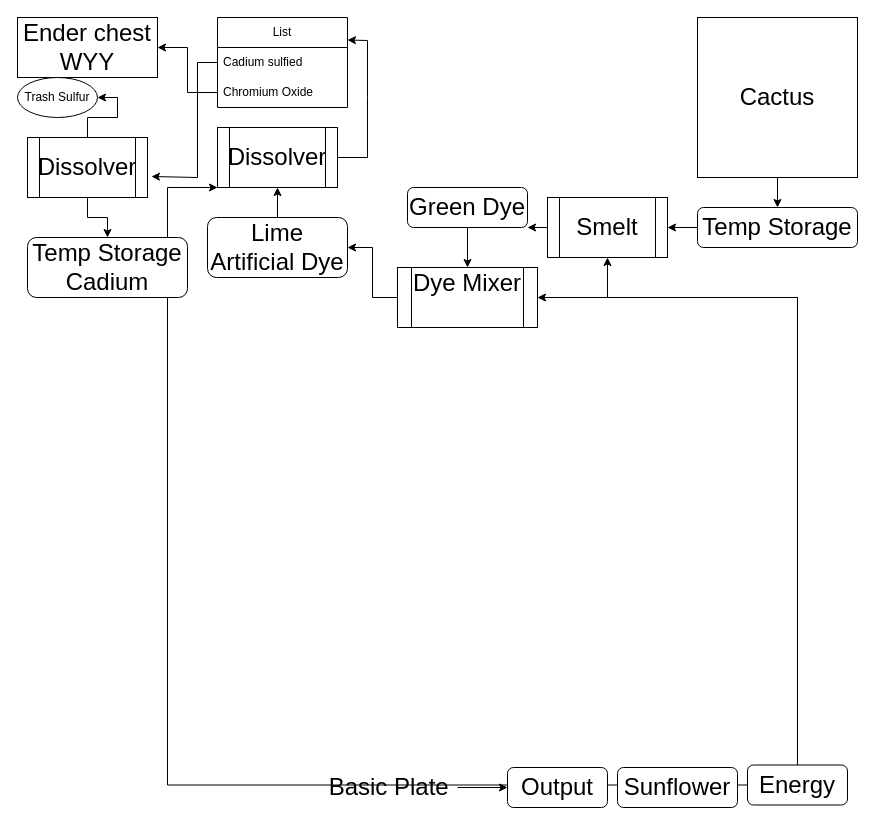
The draw.io diagram AutoBPlate.drawio in jak7b/modpackThings, before the edit. Source tidied: cells renumbered, new cells numbered last; positions are measured from the earlier drawing's top-left corner, leaving out a move shared by most shapes. Both pictures are drawn from the tidied source at 100%, with x=0, y=0 at pixel (17, 17).
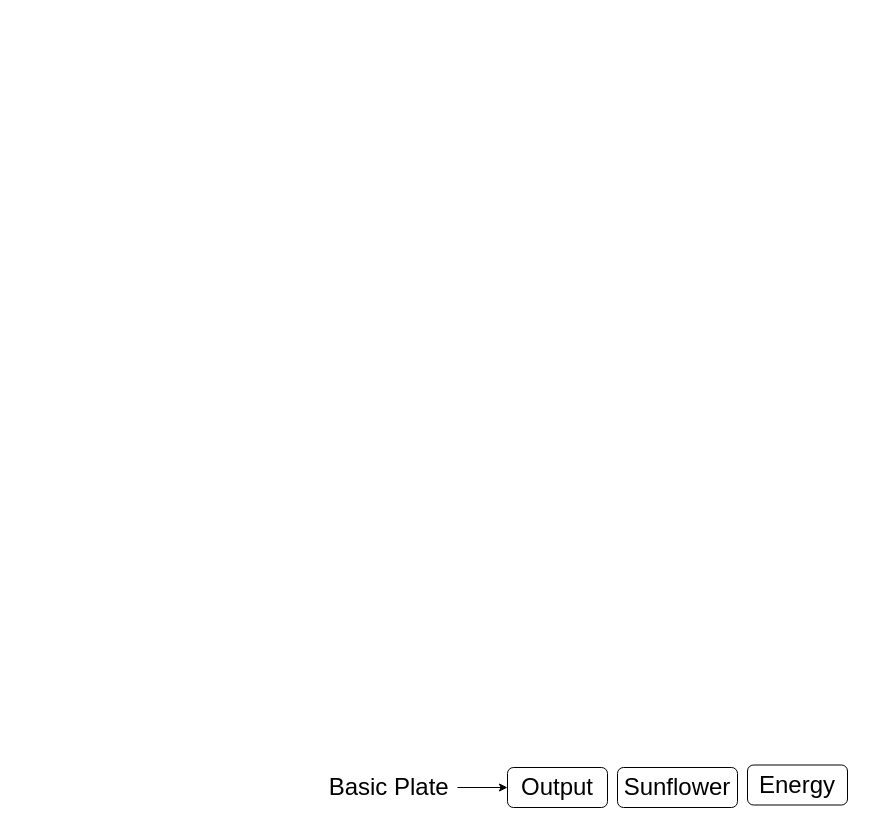
The same diagram, later.

The change refers to these unchanged cells:
```xml
<mxCell id="5" value="&lt;font style=&quot;font-size: 24px;&quot;&gt;Energy&lt;/font&gt;" style="rounded=1;whiteSpace=wrap;html=1;strokeWidth=1;" parent="1" vertex="1">
  <mxGeometry x="730" y="747.5" width="100" height="40" as="geometry" />
</mxCell>
```

Diff of the diagram source:
```diff
@@
-    <mxCell id="2" style="edgeStyle=orthogonalEdgeStyle;rounded=0;jettySize=auto;html=1;entryX=1;entryY=0.5;entryDx=0;entryDy=0;" parent="1" edge="1" source="5" target="15">
-      <mxGeometry relative="1" as="geometry">
-        <Array as="points">
-          <mxPoint x="780" y="280" />
-        </Array>
-      </mxGeometry>
-    </mxCell>
-    <mxCell id="3" style="edgeStyle=orthogonalEdgeStyle;rounded=0;jettySize=auto;html=1;entryX=0.5;entryY=1;entryDx=0;entryDy=0;" parent="1" edge="1" source="5" target="11">
-      <mxGeometry relative="1" as="geometry">
-        <Array as="points">
-          <mxPoint x="780" y="280" />
-          <mxPoint x="590" y="280" />
-        </Array>
-      </mxGeometry>
-    </mxCell>
-    <mxCell id="4" style="edgeStyle=orthogonalEdgeStyle;rounded=0;jettySize=auto;html=1;entryX=0;entryY=1;entryDx=0;entryDy=0;" parent="1" edge="1" source="5" target="27">
-      <mxGeometry relative="1" as="geometry">
-        <Array as="points">
-          <mxPoint x="150" y="768" />
-          <mxPoint x="150" y="170" />
-        </Array>
-      </mxGeometry>
-    </mxCell>
@@
-    <mxCell id="10" style="edgeStyle=orthogonalEdgeStyle;rounded=0;jettySize=auto;html=1;entryX=1;entryY=1;entryDx=0;entryDy=0;" parent="1" edge="1" source="11" target="13">
-      <mxGeometry relative="1" as="geometry" />
-    </mxCell>
-    <mxCell id="11" value="&lt;font style=&quot;font-size: 24px;&quot;&gt;Smelt&lt;/font&gt;" style="shape=process;whiteSpace=wrap;html=1;backgroundOutline=1;" parent="1" vertex="1">
-      <mxGeometry x="530" y="180" width="120" height="60" as="geometry" />
-    </mxCell>
-    <mxCell id="12" style="edgeStyle=orthogonalEdgeStyle;rounded=0;jettySize=auto;html=1;entryX=0.5;entryY=0;entryDx=0;entryDy=0;" parent="1" edge="1" source="13" target="15">
-      <mxGeometry relative="1" as="geometry" />
-    </mxCell>
-    <mxCell id="13" value="&lt;font style=&quot;font-size: 24px;&quot;&gt;Green Dye&lt;/font&gt;" style="rounded=1;whiteSpace=wrap;html=1;" parent="1" vertex="1">
-      <mxGeometry x="390" y="170" width="120" height="40" as="geometry" />
-    </mxCell>
-    <mxCell id="14" style="edgeStyle=orthogonalEdgeStyle;rounded=0;jettySize=auto;html=1;entryX=1;entryY=0.5;entryDx=0;entryDy=0;" parent="1" edge="1" source="15" target="17">
-      <mxGeometry relative="1" as="geometry" />
-    </mxCell>
-    <mxCell id="15" value="&lt;span style=&quot;font-size: 24px;&quot;&gt;Dye Mixer&lt;br&gt;&lt;br&gt;&lt;/span&gt;" style="shape=process;whiteSpace=wrap;html=1;backgroundOutline=1;" parent="1" vertex="1">
-      <mxGeometry x="380" y="250" width="140" height="60" as="geometry" />
-    </mxCell>
-    <mxCell id="16" style="edgeStyle=orthogonalEdgeStyle;rounded=0;jettySize=auto;html=1;entryX=0.5;entryY=1;entryDx=0;entryDy=0;" parent="1" edge="1" source="17" target="27">
-      <mxGeometry relative="1" as="geometry" />
-    </mxCell>
-    <mxCell id="17" value="&lt;font style=&quot;font-size: 24px;&quot;&gt;Lime Artificial Dye&lt;/font&gt;" style="rounded=1;whiteSpace=wrap;html=1;" parent="1" vertex="1">
-      <mxGeometry x="190" y="200" width="140" height="60" as="geometry" />
-    </mxCell>
-    <mxCell id="18" style="edgeStyle=orthogonalEdgeStyle;rounded=0;jettySize=auto;html=1;entryX=0.5;entryY=0;entryDx=0;entryDy=0;" parent="1" edge="1" source="19" target="21">
-      <mxGeometry relative="1" as="geometry" />
-    </mxCell>
-    <mxCell id="19" value="&lt;font style=&quot;font-size: 24px;&quot;&gt;Cactus&lt;/font&gt;" style="whiteSpace=wrap;html=1;" parent="1" vertex="1">
-      <mxGeometry x="680" width="160" height="160" as="geometry" />
-    </mxCell>
-    <mxCell id="20" style="edgeStyle=orthogonalEdgeStyle;rounded=0;jettySize=auto;html=1;entryX=1;entryY=0.5;entryDx=0;entryDy=0;" parent="1" edge="1" source="21" target="11">
-      <mxGeometry relative="1" as="geometry" />
-    </mxCell>
-    <mxCell id="21" value="&lt;font style=&quot;font-size: 24px;&quot;&gt;Temp Storage&lt;/font&gt;" style="rounded=1;whiteSpace=wrap;html=1;" parent="1" vertex="1">
-      <mxGeometry x="680" y="190" width="160" height="40" as="geometry" />
-    </mxCell>
-    <mxCell id="22" value="List" style="swimlane;fontStyle=0;horizontal=1;startSize=30;whiteSpace=wrap;html=1;" parent="1" vertex="1">
-      <mxGeometry x="200" width="130" height="90" as="geometry" />
-    </mxCell>
-    <mxCell id="23" value="Cadium sulfied" style="text;strokeColor=none;fillColor=none;align=left;verticalAlign=middle;spacingLeft=4;spacingRight=4;overflow=hidden;points=[[0,0.5],[1,0.5]];portConstraint=eastwest;whiteSpace=wrap;html=1;" parent="22" vertex="1">
-      <mxGeometry y="30" width="130" height="30" as="geometry" />
-    </mxCell>
-    <mxCell id="24" value="Chromium Oxide" style="text;strokeColor=none;fillColor=none;align=left;verticalAlign=middle;spacingLeft=4;spacingRight=4;overflow=hidden;points=[[0,0.5],[1,0.5]];portConstraint=eastwest;whiteSpace=wrap;html=1;" parent="22" vertex="1">
-      <mxGeometry y="60" width="130" height="30" as="geometry" />
-    </mxCell>
-    <mxCell id="25" value="&lt;font style=&quot;font-size: 24px;&quot;&gt;&lt;font style=&quot;font-size: 24px;&quot;&gt;Ender chest&lt;br style=&quot;border-color: var(--border-color);&quot;&gt;&lt;/font&gt;WYY&lt;/font&gt;" style="rounded=0;whiteSpace=wrap;html=1;" parent="1" vertex="1">
-      <mxGeometry width="140" height="60" as="geometry" />
-    </mxCell>
-    <mxCell id="26" style="edgeStyle=orthogonalEdgeStyle;rounded=0;jettySize=auto;html=1;entryX=1;entryY=0.5;entryDx=0;entryDy=0;" parent="1" edge="1" source="24" target="25">
-      <mxGeometry relative="1" as="geometry" />
-    </mxCell>
-    <mxCell id="27" value="&lt;font style=&quot;font-size: 24px;&quot;&gt;Dissolver&lt;/font&gt;" style="shape=process;whiteSpace=wrap;html=1;backgroundOutline=1;" parent="1" vertex="1">
-      <mxGeometry x="200" y="110" width="120" height="60" as="geometry" />
-    </mxCell>
-    <mxCell id="28" style="endArrow=classic;html=1;rounded=0;exitX=1;exitY=0.5;exitDx=0;exitDy=0;entryX=1;entryY=0.25;entryDx=0;entryDy=0;" parent="1" edge="1" source="27" target="22">
-      <mxGeometry relative="1" as="geometry">
-        <Array as="points">
-          <mxPoint x="350" y="140" />
-          <mxPoint x="350" y="80" />
-          <mxPoint x="350" y="23" />
-        </Array>
-      </mxGeometry>
-    </mxCell>
-    <mxCell id="29" value="&lt;font style=&quot;font-size: 24px;&quot;&gt;Temp Storage Cadium&lt;/font&gt;" style="rounded=1;whiteSpace=wrap;html=1;" parent="1" vertex="1">
-      <mxGeometry x="10" y="220" width="160" height="60" as="geometry" />
-    </mxCell>
-    <mxCell id="30" style="edgeStyle=orthogonalEdgeStyle;rounded=0;jettySize=auto;html=1;entryX=1;entryY=0.5;entryDx=0;entryDy=0;" parent="1" edge="1" source="32" target="34">
-      <mxGeometry relative="1" as="geometry" />
-    </mxCell>
-    <mxCell id="31" style="edgeStyle=orthogonalEdgeStyle;rounded=0;jettySize=auto;html=1;entryX=0.5;entryY=0;entryDx=0;entryDy=0;" parent="1" edge="1" source="32" target="29">
-      <mxGeometry relative="1" as="geometry" />
-    </mxCell>
-    <mxCell id="32" value="&lt;font style=&quot;font-size: 24px;&quot;&gt;Dissolver&lt;/font&gt;" style="shape=process;whiteSpace=wrap;html=1;backgroundOutline=1;" parent="1" vertex="1">
-      <mxGeometry x="10" y="120" width="120" height="60" as="geometry" />
-    </mxCell>
-    <mxCell id="33" style="edgeStyle=orthogonalEdgeStyle;rounded=0;jettySize=auto;html=1;entryX=1.033;entryY=0.65;entryDx=0;entryDy=0;entryPerimeter=0;" parent="1" edge="1" source="23" target="32">
-      <mxGeometry relative="1" as="geometry">
-        <Array as="points">
-          <mxPoint x="180" y="45" />
-          <mxPoint x="180" y="160" />
-        </Array>
-      </mxGeometry>
-    </mxCell>
-    <mxCell id="34" value="Trash Sulfur" style="ellipse;whiteSpace=wrap;html=1;" parent="1" vertex="1">
-      <mxGeometry y="60" width="80" height="40" as="geometry" />
-    </mxCell>
```
